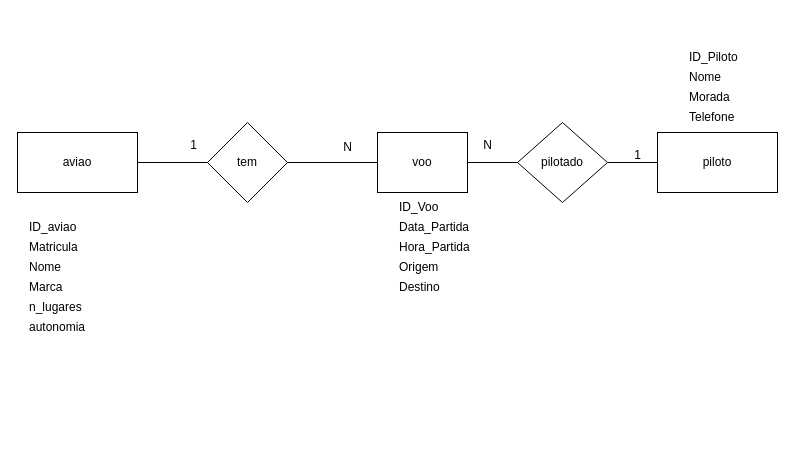
Above: BDC/PL01/Ex3.drawio in AnaCarvalho77/Cesae_SoftwareDeveloper (draw.io), before the change. Source tidied: cells renumbered, new cells numbered last; positions are measured from the earlier drawing's top-left corner, leaving out a move shared by most shapes. Both pictures are drawn from the tidied source at 100%, with x=0, y=0 at pixel (17, 42).
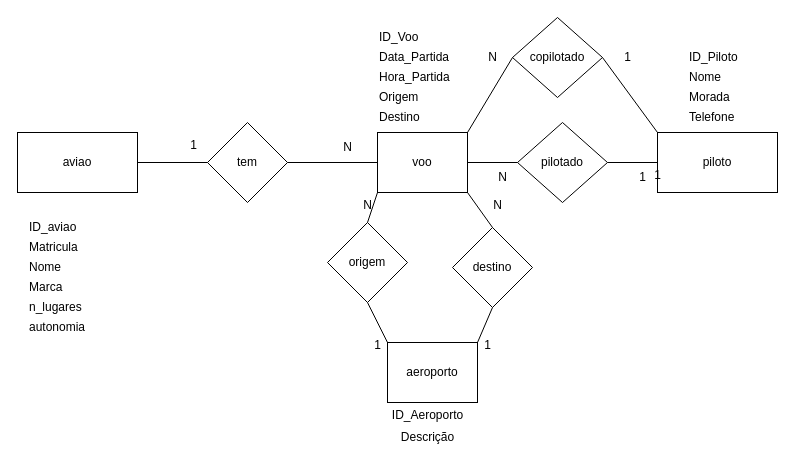
Above is the later version.

The change refers to these unchanged cells:
```xml
<mxCell id="3" value="piloto" style="rounded=0;whiteSpace=wrap;html=1;" parent="1" vertex="1">
  <mxGeometry x="640" y="90" width="120" height="60" as="geometry" />
</mxCell>
<mxCell id="4" value="voo" style="rounded=0;whiteSpace=wrap;html=1;" parent="1" vertex="1">
  <mxGeometry x="360" y="90" width="90" height="60" as="geometry" />
</mxCell>
```

Diff of the diagram source:
```diff
@@
     <mxCell id="12" value="ID_Voo" style="text;html=1;align=left;verticalAlign=middle;strokeColor=none;fillColor=none;" parent="1" vertex="1">
-      <mxGeometry x="380" y="150" width="60" height="30" as="geometry" />
+      <mxGeometry x="360" y="-20" width="60" height="30" as="geometry" />
     </mxCell>
     <mxCell id="13" value="Data_Partida" style="text;html=1;align=left;verticalAlign=middle;strokeColor=none;fillColor=none;" parent="1" vertex="1">
-      <mxGeometry x="380" y="170" width="90" height="30" as="geometry" />
+      <mxGeometry x="360" width="90" height="30" as="geometry" />
     </mxCell>
     <mxCell id="14" value="Hora_Partida" style="text;html=1;align=left;verticalAlign=middle;strokeColor=none;fillColor=none;" parent="1" vertex="1">
-      <mxGeometry x="380" y="190" width="90" height="30" as="geometry" />
+      <mxGeometry x="360" y="20" width="90" height="30" as="geometry" />
     </mxCell>
     <mxCell id="15" value="Origem" style="text;html=1;align=left;verticalAlign=middle;strokeColor=none;fillColor=none;" parent="1" vertex="1">
-      <mxGeometry x="380" y="210" width="60" height="30" as="geometry" />
+      <mxGeometry x="360" y="40" width="60" height="30" as="geometry" />
     </mxCell>
@@
-    <mxCell id="23" value="N" style="text;html=1;align=center;verticalAlign=middle;strokeColor=none;fillColor=none;" parent="1" vertex="1">
-      <mxGeometry x="455" y="88" width="30" height="30" as="geometry" />
-    </mxCell>
     <mxCell id="24" value="1" style="text;html=1;align=center;verticalAlign=middle;strokeColor=none;fillColor=none;" parent="1" vertex="1">
-      <mxGeometry x="605" y="98" width="30" height="30" as="geometry" />
+      <mxGeometry x="610" y="120" width="30" height="30" as="geometry" />
     </mxCell>
@@
     <mxCell id="29" value="Destino" style="text;html=1;align=left;verticalAlign=middle;strokeColor=none;fillColor=none;" parent="1" vertex="1">
-      <mxGeometry x="380" y="230" width="60" height="30" as="geometry" />
+      <mxGeometry x="360" y="60" width="60" height="30" as="geometry" />
     </mxCell>
+    <mxCell id="30" value="copilotado" style="rhombus;whiteSpace=wrap;html=1;" parent="1" vertex="1">
+      <mxGeometry x="495" y="-25" width="90" height="80" as="geometry" />
+    </mxCell>
+    <mxCell id="31" value="N" style="text;html=1;align=center;verticalAlign=middle;strokeColor=none;fillColor=none;" parent="1" vertex="1">
+      <mxGeometry x="460" width="30" height="30" as="geometry" />
+    </mxCell>
+    <mxCell id="32" value="1" style="text;html=1;align=center;verticalAlign=middle;strokeColor=none;fillColor=none;" parent="1" vertex="1">
+      <mxGeometry x="595" width="30" height="30" as="geometry" />
+    </mxCell>
+    <mxCell id="33" style="endArrow=none;html=1;rounded=0;entryX=0;entryY=0.5;entryDx=0;entryDy=0;exitX=1;exitY=0;exitDx=0;exitDy=0;" parent="1" edge="1" source="4" target="30">
+      <mxGeometry relative="1" as="geometry" />
+    </mxCell>
+    <mxCell id="34" value="N" style="text;html=1;align=center;verticalAlign=middle;strokeColor=none;fillColor=none;" parent="1" vertex="1">
+      <mxGeometry x="470" y="120" width="30" height="30" as="geometry" />
+    </mxCell>
+    <mxCell id="35" value="1" style="text;html=1;align=center;verticalAlign=middle;strokeColor=none;fillColor=none;" parent="1" vertex="1">
+      <mxGeometry x="625" y="118" width="30" height="30" as="geometry" />
+    </mxCell>
+    <mxCell id="36" style="endArrow=none;html=1;rounded=0;entryX=1;entryY=0.5;entryDx=0;entryDy=0;exitX=0;exitY=0;exitDx=0;exitDy=0;" parent="1" edge="1" source="3" target="30">
+      <mxGeometry relative="1" as="geometry" />
+    </mxCell>
+    <mxCell id="37" value="aeroporto" style="rounded=0;whiteSpace=wrap;html=1;" parent="1" vertex="1">
+      <mxGeometry x="370" y="300" width="90" height="60" as="geometry" />
+    </mxCell>
+    <mxCell id="38" value="origem" style="rhombus;whiteSpace=wrap;html=1;" parent="1" vertex="1">
+      <mxGeometry x="310" y="180" width="80" height="80" as="geometry" />
+    </mxCell>
+    <mxCell id="39" value="destino" style="rhombus;whiteSpace=wrap;html=1;" parent="1" vertex="1">
+      <mxGeometry x="435" y="185" width="80" height="80" as="geometry" />
+    </mxCell>
+    <mxCell id="40" style="endArrow=none;html=1;rounded=0;entryX=0;entryY=1;entryDx=0;entryDy=0;exitX=0.5;exitY=0;exitDx=0;exitDy=0;" parent="1" edge="1" source="38" target="4">
+      <mxGeometry relative="1" as="geometry" />
+    </mxCell>
+    <mxCell id="41" style="endArrow=none;html=1;rounded=0;entryX=0;entryY=0;entryDx=0;entryDy=0;exitX=0.5;exitY=1;exitDx=0;exitDy=0;" parent="1" edge="1" source="38" target="37">
+      <mxGeometry relative="1" as="geometry" />
+    </mxCell>
+    <mxCell id="42" style="endArrow=none;html=1;rounded=0;entryX=0.5;entryY=0;entryDx=0;entryDy=0;exitX=1;exitY=1;exitDx=0;exitDy=0;" parent="1" edge="1" source="4" target="39">
+      <mxGeometry relative="1" as="geometry" />
+    </mxCell>
+    <mxCell id="43" style="endArrow=none;html=1;rounded=0;entryX=1;entryY=0;entryDx=0;entryDy=0;exitX=0.5;exitY=1;exitDx=0;exitDy=0;" parent="1" edge="1" source="39" target="37">
+      <mxGeometry relative="1" as="geometry" />
+    </mxCell>
+    <mxCell id="44" value="ID_Aeroporto" style="text;html=1;align=center;verticalAlign=middle;strokeColor=none;fillColor=none;" parent="1" vertex="1">
+      <mxGeometry x="365" y="358" width="90" height="30" as="geometry" />
+    </mxCell>
+    <mxCell id="45" value="Descrição" style="text;html=1;align=center;verticalAlign=middle;strokeColor=none;fillColor=none;" parent="1" vertex="1">
+      <mxGeometry x="370" y="380" width="80" height="30" as="geometry" />
+    </mxCell>
+    <mxCell id="46" value="1" style="text;html=1;align=center;verticalAlign=middle;strokeColor=none;fillColor=none;" parent="1" vertex="1">
+      <mxGeometry x="345" y="288" width="30" height="30" as="geometry" />
+    </mxCell>
+    <mxCell id="47" value="N" style="text;html=1;align=center;verticalAlign=middle;strokeColor=none;fillColor=none;" parent="1" vertex="1">
+      <mxGeometry x="335" y="148" width="30" height="30" as="geometry" />
+    </mxCell>
+    <mxCell id="48" value="N" style="text;html=1;align=center;verticalAlign=middle;strokeColor=none;fillColor=none;" parent="1" vertex="1">
+      <mxGeometry x="465" y="148" width="30" height="30" as="geometry" />
+    </mxCell>
+    <mxCell id="49" value="1" style="text;html=1;align=center;verticalAlign=middle;strokeColor=none;fillColor=none;" parent="1" vertex="1">
+      <mxGeometry x="455" y="288" width="30" height="30" as="geometry" />
+    </mxCell>
```
